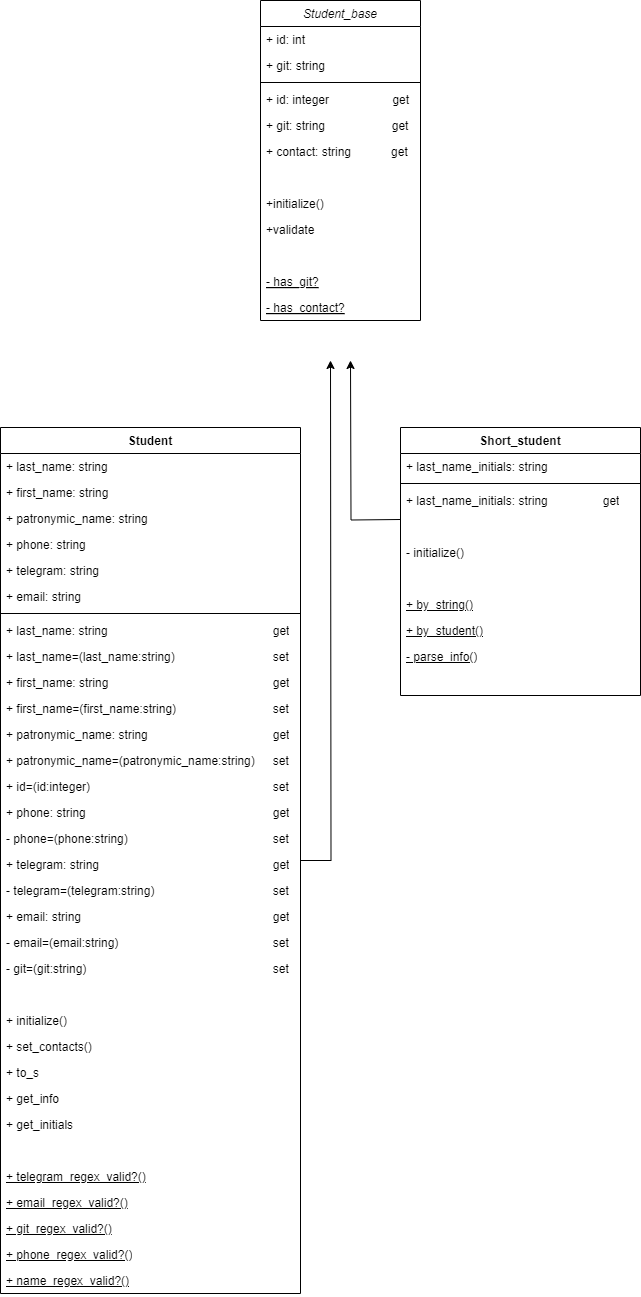
This is Students/UML_student.png from Deathlimit/Design-Patterns, a draw.io export, as it was before one commit. Source tidied: cells renumbered, new cells last; positions are measured from the earlier drawing's top-left corner, leaving out a move shared by most shapes.
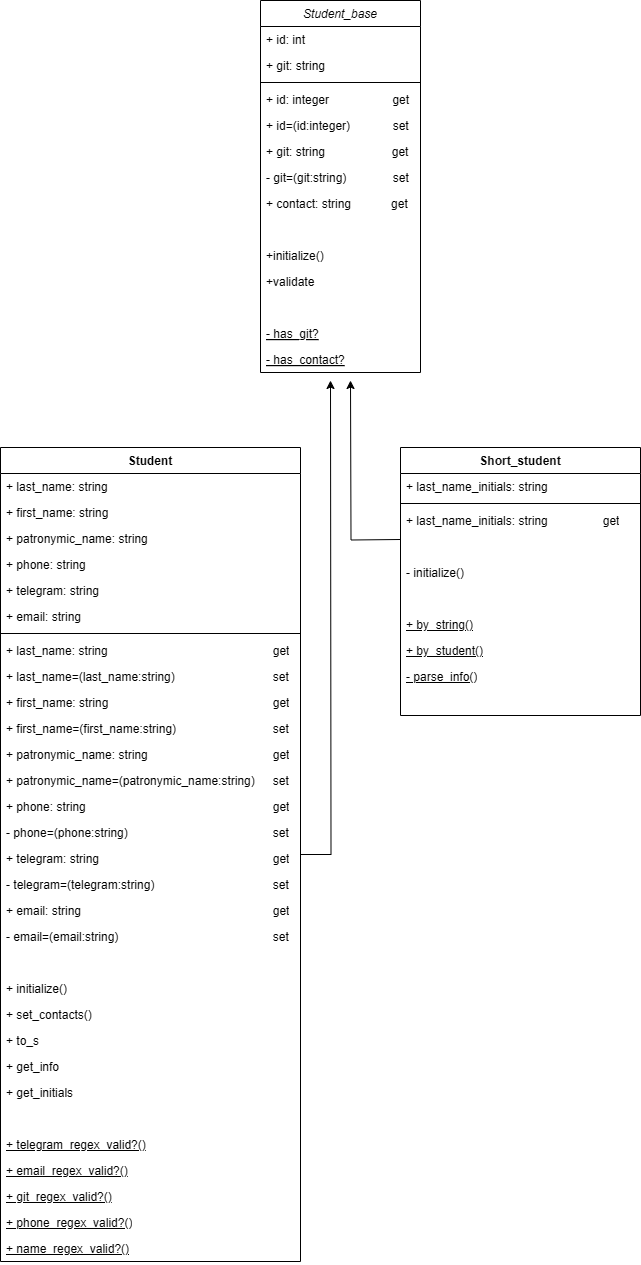
The same file after the commit.

Diff of the diagram source:
```diff
@@ -3,7 +3,7 @@
     <mxCell id="0" />
     <mxCell id="1" parent="0" />
     <mxCell id="2" value="Student" style="swimlane;fontStyle=1;align=center;verticalAlign=top;horizontal=1;startSize=26;whiteSpace=wrap;html=1;" parent="1" vertex="1">
-      <mxGeometry y="427" width="300" height="866" as="geometry" />
+      <mxGeometry y="427" width="300" height="814" as="geometry" />
     </mxCell>
     <mxCell id="3" value="+ last_name: string" style="text;strokeColor=none;fillColor=none;align=left;verticalAlign=top;spacingLeft=4;spacingRight=4;overflow=hidden;whiteSpace=wrap;html=1;" parent="2" vertex="1">
       <mxGeometry y="26" width="300" height="26" as="geometry" />
@@ -44,65 +44,59 @@
     <mxCell id="15" value="+ patronymic_name=(patronymic_name:string)&lt;span style=&quot;white-space: pre;&quot;&gt;&#9;&lt;/span&gt;set" style="text;strokeColor=none;fillColor=none;align=left;verticalAlign=top;spacingLeft=4;spacingRight=4;overflow=hidden;whiteSpace=wrap;html=1;" parent="2" vertex="1">
       <mxGeometry y="320" width="300" height="26" as="geometry" />
     </mxCell>
-    <mxCell id="16" value="+ id=(id:integer)&lt;span style=&quot;white-space: pre;&quot;&gt;&#9;&lt;/span&gt;&lt;span style=&quot;white-space: pre;&quot;&gt;&#9;&lt;/span&gt;&lt;span style=&quot;white-space: pre;&quot;&gt;&#9;&lt;/span&gt;&lt;span style=&quot;white-space: pre;&quot;&gt;&#9;&lt;/span&gt;&lt;span style=&quot;white-space: pre;&quot;&gt;&#9;&lt;/span&gt;&lt;span style=&quot;white-space: pre;&quot;&gt;&#9;&lt;/span&gt;&lt;span style=&quot;white-space: pre;&quot;&gt;&#9;&lt;/span&gt;set" style="text;strokeColor=none;fillColor=none;align=left;verticalAlign=top;spacingLeft=4;spacingRight=4;overflow=hidden;whiteSpace=wrap;html=1;" parent="2" vertex="1">
-      <mxGeometry y="346" width="300" height="26" as="geometry" />
-    </mxCell>
     <mxCell id="17" value="+ phone: string&lt;span style=&quot;white-space: pre;&quot;&gt;&#9;&lt;/span&gt;&lt;span style=&quot;white-space: pre;&quot;&gt;&#9;&lt;/span&gt;&lt;span style=&quot;white-space: pre;&quot;&gt;&#9;&lt;/span&gt;&lt;span style=&quot;white-space: pre;&quot;&gt;&#9;&lt;/span&gt;&lt;span style=&quot;white-space: pre;&quot;&gt;&#9;&lt;/span&gt;&lt;span style=&quot;white-space: pre;&quot;&gt;&#9;&lt;/span&gt;&lt;span style=&quot;white-space: pre;&quot;&gt;&#9;&lt;/span&gt;get" style="text;strokeColor=none;fillColor=none;align=left;verticalAlign=top;spacingLeft=4;spacingRight=4;overflow=hidden;whiteSpace=wrap;html=1;" parent="2" vertex="1">
-      <mxGeometry y="372" width="300" height="26" as="geometry" />
+      <mxGeometry y="346" width="300" height="26" as="geometry" />
     </mxCell>
     <mxCell id="18" value="- phone=(phone:string)&lt;span style=&quot;white-space: pre;&quot;&gt;&#9;&lt;/span&gt;&lt;span style=&quot;white-space: pre;&quot;&gt;&#9;&lt;/span&gt;&lt;span style=&quot;white-space: pre;&quot;&gt;&#9;&lt;/span&gt;&lt;span style=&quot;white-space: pre;&quot;&gt;&#9;&lt;/span&gt;&lt;span style=&quot;white-space: pre;&quot;&gt;&#9;&lt;/span&gt;&lt;span style=&quot;white-space: pre;&quot;&gt;&#9;&lt;/span&gt;set" style="text;strokeColor=none;fillColor=none;align=left;verticalAlign=top;spacingLeft=4;spacingRight=4;overflow=hidden;whiteSpace=wrap;html=1;" parent="2" vertex="1">
-      <mxGeometry y="398" width="300" height="26" as="geometry" />
+      <mxGeometry y="372" width="300" height="26" as="geometry" />
     </mxCell>
     <mxCell id="19" value="+ telegram: string&lt;span style=&quot;white-space: pre;&quot;&gt;&#9;&lt;/span&gt;&lt;span style=&quot;white-space: pre;&quot;&gt;&#9;&lt;/span&gt;&lt;span style=&quot;white-space: pre;&quot;&gt;&#9;&lt;/span&gt;&lt;span style=&quot;white-space: pre;&quot;&gt;&#9;&lt;/span&gt;&lt;span style=&quot;white-space: pre;&quot;&gt;&#9;&lt;/span&gt;&lt;span style=&quot;white-space: pre;&quot;&gt;&#9;&lt;/span&gt;&lt;span style=&quot;white-space: pre;&quot;&gt;&#9;&lt;/span&gt;get" style="text;strokeColor=none;fillColor=none;align=left;verticalAlign=top;spacingLeft=4;spacingRight=4;overflow=hidden;whiteSpace=wrap;html=1;" parent="2" vertex="1">
-      <mxGeometry y="424" width="300" height="26" as="geometry" />
+      <mxGeometry y="398" width="300" height="26" as="geometry" />
     </mxCell>
     <mxCell id="20" value="- telegram=(telegram:string)&lt;span style=&quot;white-space: pre;&quot;&gt;&#9;&lt;/span&gt;&lt;span style=&quot;white-space: pre;&quot;&gt;&#9;&lt;/span&gt;&lt;span style=&quot;white-space: pre;&quot;&gt;&#9;&lt;/span&gt;&lt;span style=&quot;white-space: pre;&quot;&gt;&#9;&lt;/span&gt;&lt;span style=&quot;white-space: pre;&quot;&gt;&#9;&lt;/span&gt;set" style="text;strokeColor=none;fillColor=none;align=left;verticalAlign=top;spacingLeft=4;spacingRight=4;overflow=hidden;whiteSpace=wrap;html=1;" parent="2" vertex="1">
-      <mxGeometry y="450" width="300" height="26" as="geometry" />
+      <mxGeometry y="424" width="300" height="26" as="geometry" />
     </mxCell>
     <mxCell id="21" value="+ email: string&lt;span style=&quot;white-space: pre;&quot;&gt;&#9;&lt;/span&gt;&lt;span style=&quot;white-space: pre;&quot;&gt;&#9;&lt;span style=&quot;white-space: pre;&quot;&gt;&#9;&lt;/span&gt;&lt;/span&gt;&lt;span style=&quot;white-space: pre;&quot;&gt;&#9;&lt;/span&gt;&lt;span style=&quot;white-space: pre;&quot;&gt;&#9;&lt;/span&gt;&lt;span style=&quot;white-space: pre;&quot;&gt;&#9;&lt;/span&gt;&lt;span style=&quot;white-space: pre;&quot;&gt;&#9;&lt;/span&gt;&lt;span style=&quot;white-space: pre;&quot;&gt;&#9;&lt;/span&gt;get" style="text;strokeColor=none;fillColor=none;align=left;verticalAlign=top;spacingLeft=4;spacingRight=4;overflow=hidden;whiteSpace=wrap;html=1;" parent="2" vertex="1">
-      <mxGeometry y="476" width="300" height="26" as="geometry" />
+      <mxGeometry y="450" width="300" height="26" as="geometry" />
     </mxCell>
     <mxCell id="22" value="- email=(email:string)&lt;span style=&quot;white-space: pre;&quot;&gt;&#9;&lt;/span&gt;&lt;span style=&quot;white-space: pre;&quot;&gt;&#9;&lt;span style=&quot;white-space: pre;&quot;&gt;&#9;&lt;/span&gt;&lt;/span&gt;&lt;span style=&quot;white-space: pre;&quot;&gt;&#9;&lt;/span&gt;&lt;span style=&quot;white-space: pre;&quot;&gt;&#9;&lt;/span&gt;&lt;span style=&quot;white-space: pre;&quot;&gt;&#9;&lt;/span&gt;set" style="text;strokeColor=none;fillColor=none;align=left;verticalAlign=top;spacingLeft=4;spacingRight=4;overflow=hidden;whiteSpace=wrap;html=1;" parent="2" vertex="1">
-      <mxGeometry y="502" width="300" height="26" as="geometry" />
+      <mxGeometry y="476" width="300" height="26" as="geometry" />
     </mxCell>
-    <mxCell id="23" value="- git=(git:string)&lt;span style=&quot;white-space: pre;&quot;&gt;&#9;&lt;span style=&quot;white-space: pre;&quot;&gt;&#9;&lt;/span&gt;&lt;/span&gt;&lt;span style=&quot;white-space: pre;&quot;&gt;&#9;&lt;span style=&quot;white-space: pre;&quot;&gt;&#9;&lt;/span&gt;&lt;/span&gt;&lt;span style=&quot;white-space: pre;&quot;&gt;&#9;&lt;/span&gt;&lt;span style=&quot;white-space: pre;&quot;&gt;&#9;&lt;/span&gt;&lt;span style=&quot;white-space: pre;&quot;&gt;&#9;&lt;/span&gt;set" style="text;strokeColor=none;fillColor=none;align=left;verticalAlign=top;spacingLeft=4;spacingRight=4;overflow=hidden;whiteSpace=wrap;html=1;" parent="2" vertex="1">
-      <mxGeometry y="528" width="300" height="26" as="geometry" />
-    </mxCell>
     <mxCell id="24" style="text;strokeColor=none;fillColor=none;align=left;verticalAlign=top;spacingLeft=4;spacingRight=4;overflow=hidden;whiteSpace=wrap;html=1;" parent="2" vertex="1">
-      <mxGeometry y="554" width="300" height="26" as="geometry" />
+      <mxGeometry y="502" width="300" height="26" as="geometry" />
     </mxCell>
     <mxCell id="25" value="+ initialize()" style="text;strokeColor=none;fillColor=none;align=left;verticalAlign=top;spacingLeft=4;spacingRight=4;overflow=hidden;whiteSpace=wrap;html=1;" parent="2" vertex="1">
-      <mxGeometry y="580" width="300" height="26" as="geometry" />
+      <mxGeometry y="528" width="300" height="26" as="geometry" />
     </mxCell>
     <mxCell id="26" value="+ set_contacts()" style="text;strokeColor=none;fillColor=none;align=left;verticalAlign=top;spacingLeft=4;spacingRight=4;overflow=hidden;whiteSpace=wrap;html=1;" parent="2" vertex="1">
-      <mxGeometry y="606" width="300" height="26" as="geometry" />
+      <mxGeometry y="554" width="300" height="26" as="geometry" />
     </mxCell>
     <mxCell id="27" value="+ to_s" style="text;strokeColor=none;fillColor=none;align=left;verticalAlign=top;spacingLeft=4;spacingRight=4;overflow=hidden;whiteSpace=wrap;html=1;" parent="2" vertex="1">
-      <mxGeometry y="632" width="300" height="26" as="geometry" />
+      <mxGeometry y="580" width="300" height="26" as="geometry" />
     </mxCell>
     <mxCell id="28" value="+ get_info" style="text;strokeColor=none;fillColor=none;align=left;verticalAlign=top;spacingLeft=4;spacingRight=4;overflow=hidden;whiteSpace=wrap;html=1;" parent="2" vertex="1">
-      <mxGeometry y="658" width="300" height="26" as="geometry" />
+      <mxGeometry y="606" width="300" height="26" as="geometry" />
     </mxCell>
     <mxCell id="29" value="+&amp;nbsp;get_initials" style="text;strokeColor=none;fillColor=none;align=left;verticalAlign=top;spacingLeft=4;spacingRight=4;overflow=hidden;whiteSpace=wrap;html=1;" parent="2" vertex="1">
-      <mxGeometry y="684" width="300" height="26" as="geometry" />
+      <mxGeometry y="632" width="300" height="26" as="geometry" />
     </mxCell>
     <mxCell id="30" style="text;strokeColor=none;fillColor=none;align=left;verticalAlign=top;spacingLeft=4;spacingRight=4;overflow=hidden;whiteSpace=wrap;html=1;" parent="2" vertex="1">
-      <mxGeometry y="710" width="300" height="26" as="geometry" />
+      <mxGeometry y="658" width="300" height="26" as="geometry" />
     </mxCell>
     <mxCell id="31" value="&lt;u&gt;+ telegram_regex_valid?()&lt;/u&gt;" style="text;strokeColor=none;fillColor=none;align=left;verticalAlign=top;spacingLeft=4;spacingRight=4;overflow=hidden;whiteSpace=wrap;html=1;" parent="2" vertex="1">
-      <mxGeometry y="736" width="300" height="26" as="geometry" />
+      <mxGeometry y="684" width="300" height="26" as="geometry" />
     </mxCell>
     <mxCell id="32" value="&lt;u&gt;+ email_regex_valid?()&lt;/u&gt;" style="text;strokeColor=none;fillColor=none;align=left;verticalAlign=top;spacingLeft=4;spacingRight=4;overflow=hidden;whiteSpace=wrap;html=1;" parent="2" vertex="1">
-      <mxGeometry y="762" width="300" height="26" as="geometry" />
+      <mxGeometry y="710" width="300" height="26" as="geometry" />
     </mxCell>
     <mxCell id="33" value="&lt;u&gt;+ git_regex_valid?()&lt;/u&gt;" style="text;strokeColor=none;fillColor=none;align=left;verticalAlign=top;spacingLeft=4;spacingRight=4;overflow=hidden;whiteSpace=wrap;html=1;" parent="2" vertex="1">
-      <mxGeometry y="788" width="300" height="26" as="geometry" />
+      <mxGeometry y="736" width="300" height="26" as="geometry" />
     </mxCell>
     <mxCell id="34" value="&lt;u&gt;+ phone_regex_valid?()&lt;/u&gt;" style="text;strokeColor=none;fillColor=none;align=left;verticalAlign=top;spacingLeft=4;spacingRight=4;overflow=hidden;whiteSpace=wrap;html=1;" parent="2" vertex="1">
-      <mxGeometry y="814" width="300" height="26" as="geometry" />
+      <mxGeometry y="762" width="300" height="26" as="geometry" />
     </mxCell>
     <mxCell id="35" value="&lt;u&gt;+ name_regex_valid?()&lt;/u&gt;" style="text;strokeColor=none;fillColor=none;align=left;verticalAlign=top;spacingLeft=4;spacingRight=4;overflow=hidden;whiteSpace=wrap;html=1;" parent="2" vertex="1">
-      <mxGeometry y="840" width="300" height="26" as="geometry" />
+      <mxGeometry y="788" width="300" height="26" as="geometry" />
     </mxCell>
     <mxCell id="36" value="Short_student" style="swimlane;fontStyle=1;align=center;verticalAlign=top;horizontal=1;startSize=26;whiteSpace=wrap;html=1;" parent="1" vertex="1">
       <mxGeometry x="400" y="427" width="240" height="268" as="geometry" />
@@ -138,7 +132,7 @@
       <mxGeometry y="242" width="240" height="26" as="geometry" />
     </mxCell>
     <mxCell id="47" value="Student_base" style="swimlane;fontStyle=2;align=center;verticalAlign=top;horizontal=1;startSize=26;rounded=0;shadow=0;strokeWidth=1;" parent="1" vertex="1">
-      <mxGeometry x="260" width="160" height="320" as="geometry" />
+      <mxGeometry x="260" y="-20" width="160" height="372" as="geometry" />
     </mxCell>
     <mxCell id="48" value="+ id: int&#10;" style="text;align=left;verticalAlign=top;spacingLeft=4;spacingRight=4;overflow=hidden;" parent="47" vertex="1">
       <mxGeometry y="26" width="160" height="26" as="geometry" />
@@ -152,29 +146,35 @@
     <mxCell id="51" value="+ id: integer                   get" style="text;align=left;verticalAlign=top;spacingLeft=4;spacingRight=4;overflow=hidden;" parent="47" vertex="1">
       <mxGeometry y="86" width="160" height="26" as="geometry" />
     </mxCell>
+    <mxCell id="16" value="+ id=(id:integer)&lt;span style=&quot;white-space: pre;&quot;&gt;&#9;&lt;/span&gt;&amp;nbsp; &amp;nbsp; &amp;nbsp; set" style="text;strokeColor=none;fillColor=none;align=left;verticalAlign=top;spacingLeft=4;spacingRight=4;overflow=hidden;whiteSpace=wrap;html=1;" parent="47" vertex="1">
+      <mxGeometry y="112" width="160" height="26" as="geometry" />
+    </mxCell>
     <mxCell id="52" value="+ git: string                    get&#10;" style="text;align=left;verticalAlign=top;spacingLeft=4;spacingRight=4;overflow=hidden;" parent="47" vertex="1">
-      <mxGeometry y="112" width="160" height="26" as="geometry" />
+      <mxGeometry y="138" width="160" height="26" as="geometry" />
     </mxCell>
+    <mxCell id="23" value="- git=(git:string)&lt;span style=&quot;white-space: pre;&quot;&gt;&#9;&amp;nbsp;&lt;/span&gt;&amp;nbsp; &amp;nbsp; &amp;nbsp;set" style="text;strokeColor=none;fillColor=none;align=left;verticalAlign=top;spacingLeft=4;spacingRight=4;overflow=hidden;whiteSpace=wrap;html=1;" parent="47" vertex="1">
+      <mxGeometry y="164" width="160" height="26" as="geometry" />
+    </mxCell>
     <mxCell id="53" value="+ contact: string            get" style="text;align=left;verticalAlign=top;spacingLeft=4;spacingRight=4;overflow=hidden;" parent="47" vertex="1">
-      <mxGeometry y="138" width="160" height="26" as="geometry" />
+      <mxGeometry y="190" width="160" height="26" as="geometry" />
     </mxCell>
     <mxCell id="54" style="text;align=left;verticalAlign=top;spacingLeft=4;spacingRight=4;overflow=hidden;" parent="47" vertex="1">
-      <mxGeometry y="164" width="160" height="26" as="geometry" />
+      <mxGeometry y="216" width="160" height="26" as="geometry" />
     </mxCell>
     <mxCell id="55" value="+initialize()" style="text;align=left;verticalAlign=top;spacingLeft=4;spacingRight=4;overflow=hidden;" parent="47" vertex="1">
-      <mxGeometry y="190" width="160" height="26" as="geometry" />
+      <mxGeometry y="242" width="160" height="26" as="geometry" />
     </mxCell>
     <mxCell id="56" value="+validate" style="text;align=left;verticalAlign=top;spacingLeft=4;spacingRight=4;overflow=hidden;" parent="47" vertex="1">
-      <mxGeometry y="216" width="160" height="26" as="geometry" />
+      <mxGeometry y="268" width="160" height="26" as="geometry" />
     </mxCell>
     <mxCell id="57" style="text;align=left;verticalAlign=top;spacingLeft=4;spacingRight=4;overflow=hidden;" parent="47" vertex="1">
-      <mxGeometry y="242" width="160" height="26" as="geometry" />
+      <mxGeometry y="294" width="160" height="26" as="geometry" />
     </mxCell>
     <mxCell id="58" value="- has_git?" style="text;align=left;verticalAlign=top;spacingLeft=4;spacingRight=4;overflow=hidden;fontStyle=4;" parent="47" vertex="1">
-      <mxGeometry y="268" width="160" height="26" as="geometry" />
+      <mxGeometry y="320" width="160" height="26" as="geometry" />
     </mxCell>
     <mxCell id="59" value="- has_contact?" style="text;align=left;verticalAlign=top;spacingLeft=4;spacingRight=4;overflow=hidden;fontStyle=4;" parent="47" vertex="1">
-      <mxGeometry y="294" width="160" height="26" as="geometry" />
+      <mxGeometry y="346" width="160" height="26" as="geometry" />
     </mxCell>
     <mxCell id="60" style="edgeStyle=orthogonalEdgeStyle;rounded=0;jettySize=auto;html=1;" parent="1" edge="1" source="2">
       <mxGeometry relative="1" as="geometry">
```
